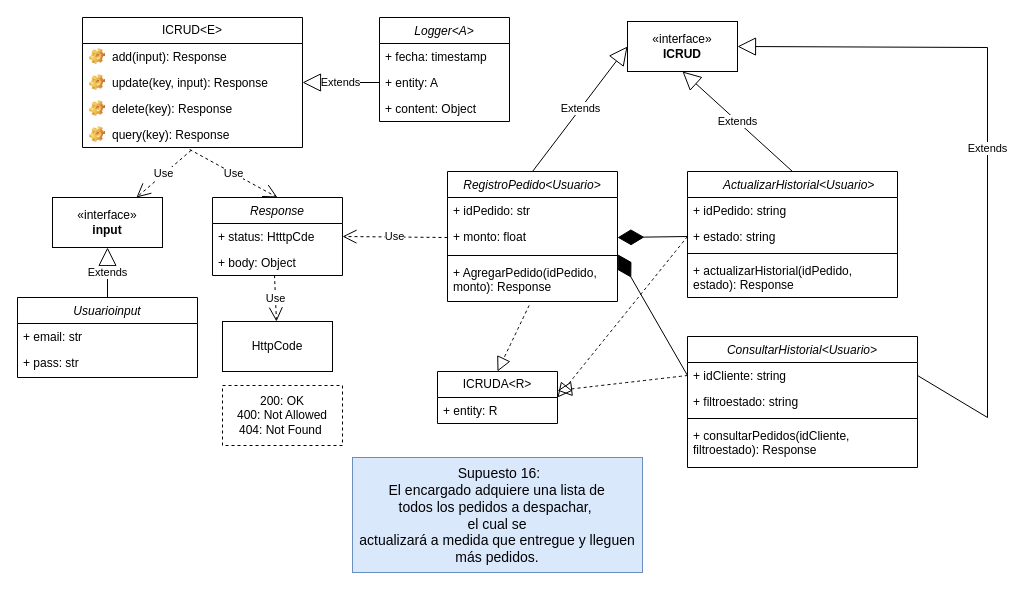
Earlier version of the draw.io diagram Front-End_Sprint/Diagrama Supuesto16.drawio (Giggin-html/dwm4). Source tidied: cells renumbered, new cells numbered last; positions are measured from the earlier drawing's top-left corner, leaving out a move shared by most shapes. Both pictures are drawn from the tidied source at 100%, with x=0, y=0 at pixel (17, 17).
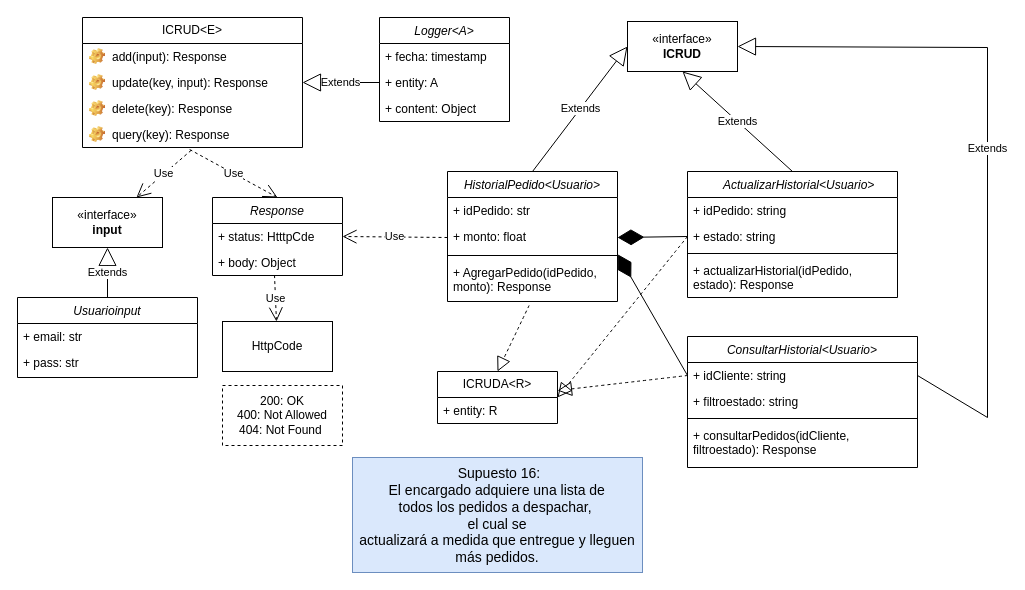
The same diagram, later.

Change to the diagram source:
```diff
@@
-    <mxCell id="42" value="RegistroPedido&lt;Usuario&gt;" style="swimlane;fontStyle=2;align=center;verticalAlign=top;horizontal=1;startSize=26;rounded=0;shadow=0;strokeWidth=1;" parent="1" vertex="1">
+    <mxCell id="42" value="HistorialPedido&lt;Usuario&gt;" style="swimlane;fontStyle=2;align=center;verticalAlign=top;horizontal=1;startSize=26;rounded=0;shadow=0;strokeWidth=1;" parent="1" vertex="1">
       <mxGeometry x="430" y="154" width="170" height="130" as="geometry" />
     </mxCell>
```
